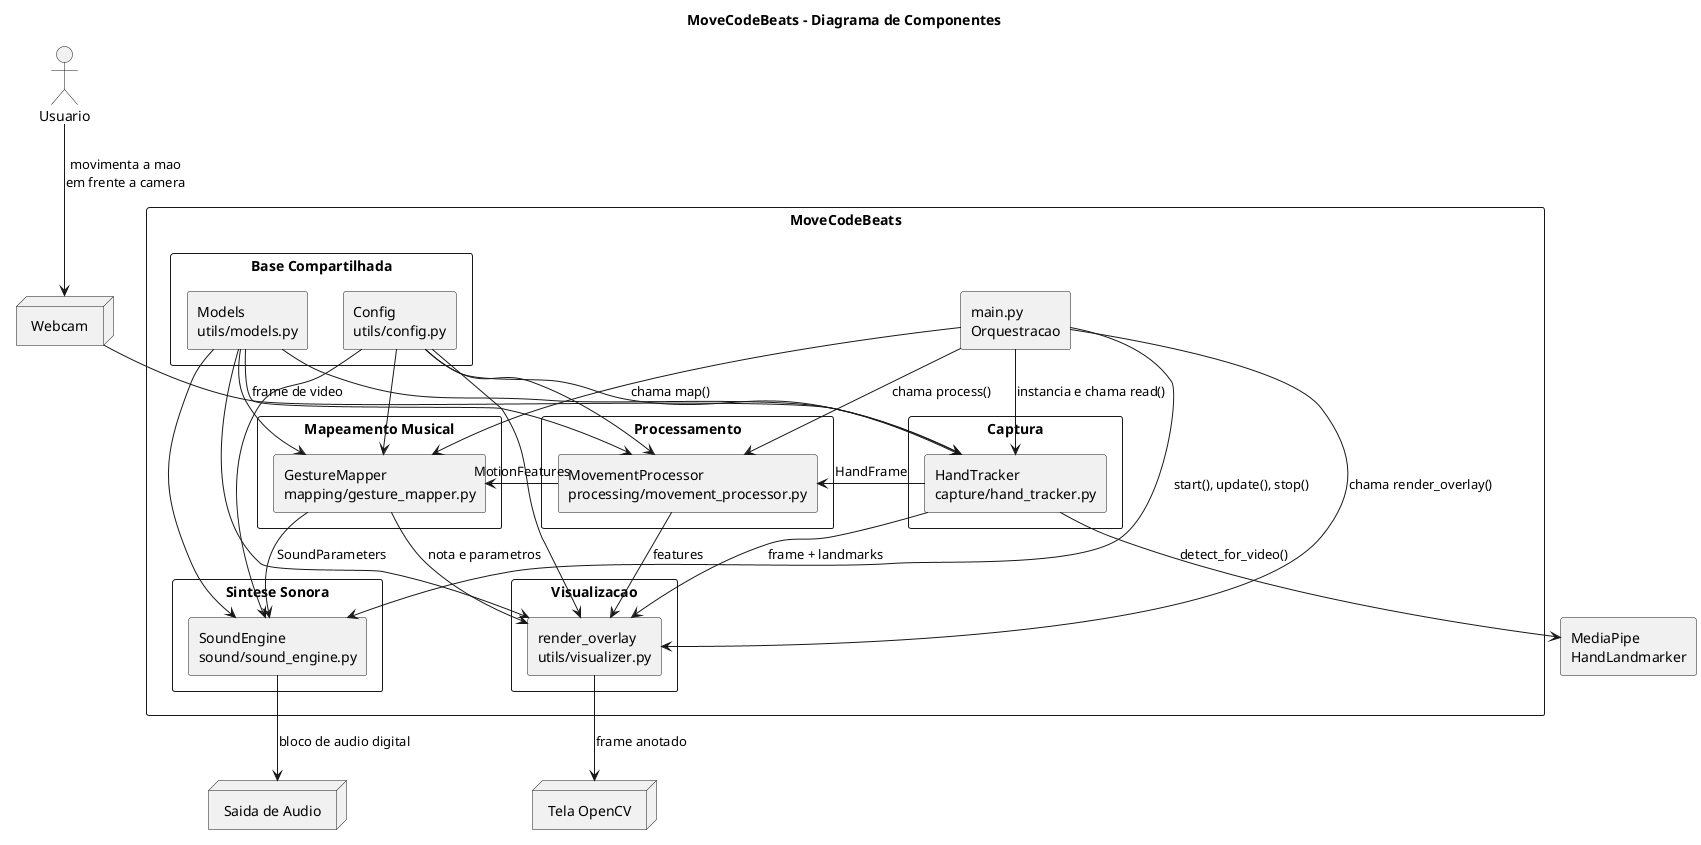
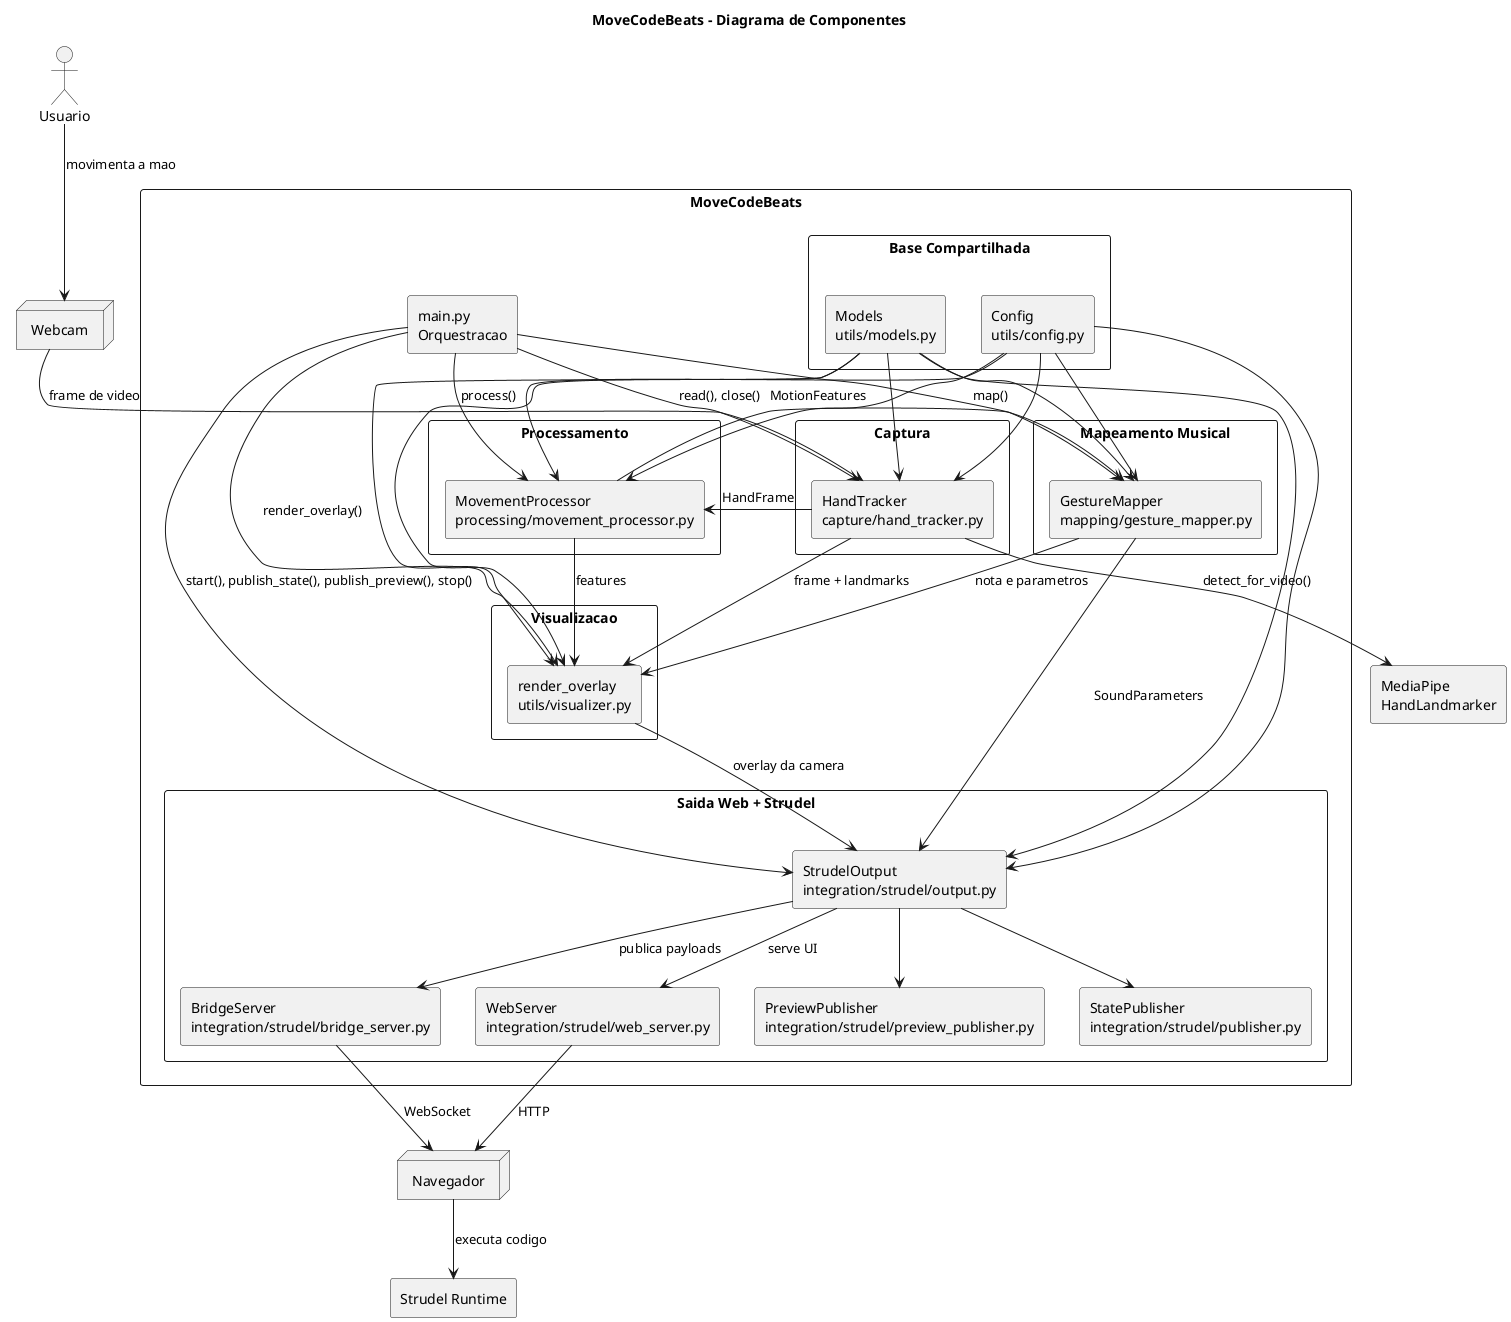
@startuml
title MoveCodeBeats - Diagrama de Componentes
skinparam componentStyle rectangle
skinparam packageStyle rectangle

actor "Usuario" as User
node "Webcam" as Camera
- node "Tela OpenCV" as Screen
- node "Saida de Audio" as AudioOut
+ node "Navegador" as Browser
component "MediaPipe\nHandLandmarker" as MediaPipe
+ component "Strudel Runtime" as StrudelRuntime

package "MoveCodeBeats" {
  component "main.py\nOrquestracao" as Main

  package "Captura" {
    component "HandTracker\ncapture/hand_tracker.py" as HandTracker
  }

  package "Processamento" {
    component "MovementProcessor\nprocessing/movement_processor.py" as MovementProcessor
  }

  package "Mapeamento Musical" {
    component "GestureMapper\nmapping/gesture_mapper.py" as GestureMapper
  }

-   package "Sintese Sonora" {
-     component "SoundEngine\nsound/sound_engine.py" as SoundEngine
+   package "Visualizacao" {
+     component "render_overlay\nutils/visualizer.py" as Visualizer
  }

-   package "Visualizacao" {
-     component "render_overlay\nutils/visualizer.py" as Visualizer
+   package "Saida Web + Strudel" {
+     component "StrudelOutput\nintegration/strudel/output.py" as StrudelOutput
+     component "BridgeServer\nintegration/strudel/bridge_server.py" as BridgeServer
+     component "WebServer\nintegration/strudel/web_server.py" as WebServer
+     component "PreviewPublisher\nintegration/strudel/preview_publisher.py" as PreviewPublisher
+     component "StatePublisher\nintegration/strudel/publisher.py" as StatePublisher
  }

  package "Base Compartilhada" {
    component "Config\nutils/config.py" as Config
    component "Models\nutils/models.py" as Models
  }
}

- User --> Camera : movimenta a mao\nem frente a camera
+ User --> Camera : movimenta a mao
Camera --> HandTracker : frame de video
HandTracker --> MediaPipe : detect_for_video()
HandTracker --> MovementProcessor : HandFrame
MovementProcessor --> GestureMapper : MotionFeatures
- GestureMapper --> SoundEngine : SoundParameters
- SoundEngine --> AudioOut : bloco de audio digital
- 
HandTracker --> Visualizer : frame + landmarks
MovementProcessor --> Visualizer : features
GestureMapper --> Visualizer : nota e parametros
- Visualizer --> Screen : frame anotado

- Main --> HandTracker : instancia e chama read()
- Main --> MovementProcessor : chama process()
- Main --> GestureMapper : chama map()
- Main --> SoundEngine : start(), update(), stop()
- Main --> Visualizer : chama render_overlay()
+ GestureMapper --> StrudelOutput : SoundParameters
+ Visualizer --> StrudelOutput : overlay da camera
+ StrudelOutput --> StatePublisher
+ StrudelOutput --> PreviewPublisher
+ StrudelOutput --> BridgeServer : publica payloads
+ StrudelOutput --> WebServer : serve UI
+ BridgeServer --> Browser : WebSocket
+ WebServer --> Browser : HTTP
+ Browser --> StrudelRuntime : executa codigo
+ 
+ Main --> HandTracker : read(), close()
+ Main --> MovementProcessor : process()
+ Main --> GestureMapper : map()
+ Main --> Visualizer : render_overlay()
+ Main --> StrudelOutput : start(), publish_state(), publish_preview(), stop()

Config --> HandTracker
Config --> MovementProcessor
Config --> GestureMapper
- Config --> SoundEngine
Config --> Visualizer
+ Config --> StrudelOutput

Models --> HandTracker
Models --> MovementProcessor
Models --> GestureMapper
- Models --> SoundEngine
Models --> Visualizer
+ Models --> StrudelOutput
@enduml
